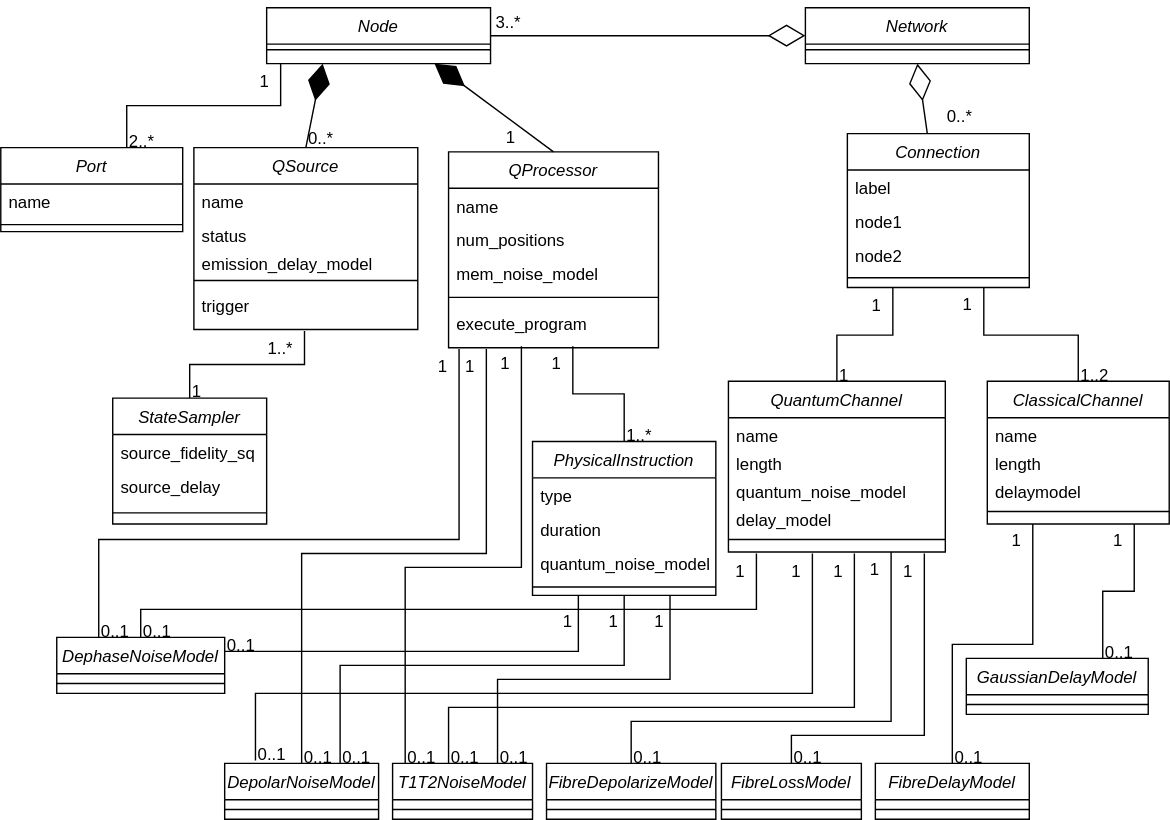
Before: Diagramas/Clase/tec-networkclass.svg, a diagram exported from draw.io (davidpcuvigo/quantumcity). Source tidied: cells renumbered, new cells last; positions are measured from the earlier drawing's top-left corner, leaving out a move shared by most shapes.
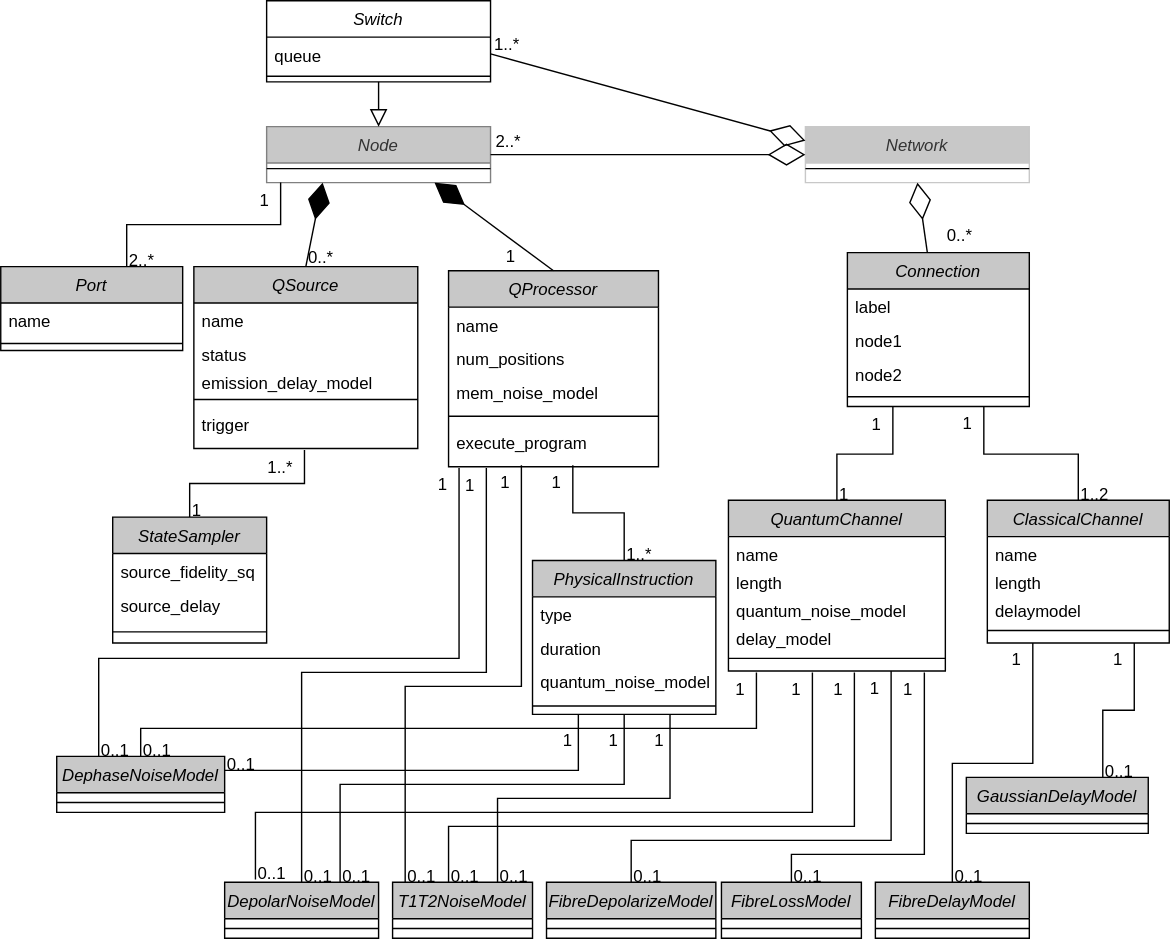
After the commit.

What changed in the source:
```diff
@@ -2,13 +2,13 @@
   <root>
     <mxCell id="0" />
     <mxCell id="1" parent="0" />
-    <mxCell id="2" value="Network" style="swimlane;fontStyle=2;align=center;verticalAlign=top;horizontal=1;startSize=26;rounded=0;shadow=0;strokeWidth=1;" parent="1" vertex="1">
+    <mxCell id="2" value="Network" style="swimlane;fontStyle=2;align=center;verticalAlign=top;horizontal=1;startSize=26;rounded=0;shadow=0;strokeWidth=1;fillColor=#c8c8c8;fontColor=#333333;strokeColor=#c8c8c8;" parent="1" vertex="1">
       <mxGeometry x="575" width="160" height="40" as="geometry" />
     </mxCell>
     <mxCell id="3" style="line;html=1;strokeWidth=1;align=left;verticalAlign=middle;spacingTop=-1;spacingLeft=3;spacingRight=3;labelPosition=right;" parent="2" vertex="1">
       <mxGeometry y="26" width="160" height="8" as="geometry" />
     </mxCell>
-    <mxCell id="4" value="Node" style="swimlane;fontStyle=2;align=center;verticalAlign=top;horizontal=1;startSize=26;rounded=0;shadow=0;strokeWidth=1;" parent="1" vertex="1">
+    <mxCell id="4" value="Node" style="swimlane;fontStyle=2;align=center;verticalAlign=top;horizontal=1;startSize=26;rounded=0;shadow=0;strokeWidth=1;fillColor=#c8c8c8;fontColor=#333333;strokeColor=#808080;" parent="1" vertex="1">
       <mxGeometry x="190" width="160" height="40" as="geometry" />
     </mxCell>
     <mxCell id="5" style="line;html=1;strokeWidth=1;align=left;verticalAlign=middle;spacingTop=-1;spacingLeft=3;spacingRight=3;labelPosition=right;" parent="4" vertex="1">
@@ -17,7 +17,7 @@
     <mxCell id="6" style="endArrow=diamondThin;endFill=0;endSize=24;html=1;rounded=0;entryX=0;entryY=0.5;entryDx=0;entryDy=0;exitX=1;exitY=0.5;exitDx=0;exitDy=0;" parent="1" edge="1" source="4" target="2">
       <mxGeometry relative="1" as="geometry" />
     </mxCell>
-    <mxCell id="7" value="QSource" style="swimlane;fontStyle=2;align=center;verticalAlign=top;horizontal=1;startSize=26;rounded=0;shadow=0;strokeWidth=1;" parent="1" vertex="1">
+    <mxCell id="7" value="QSource" style="swimlane;fontStyle=2;align=center;verticalAlign=top;horizontal=1;startSize=26;rounded=0;shadow=0;strokeWidth=1;fillColor=#c8c8c8;" parent="1" vertex="1">
       <mxGeometry x="138" y="100" width="160" height="130" as="geometry" />
     </mxCell>
     <mxCell id="8" value="name" style="text;align=left;verticalAlign=top;spacingLeft=4;spacingRight=4;overflow=hidden;" parent="7" vertex="1">
@@ -35,7 +35,7 @@
     <mxCell id="12" value="trigger" style="text;align=left;verticalAlign=top;spacingLeft=4;spacingRight=4;overflow=hidden;points=[[0,0.5],[1,0.5]];portConstraint=eastwest;" parent="7" vertex="1">
       <mxGeometry y="100" width="160" height="30" as="geometry" />
     </mxCell>
-    <mxCell id="13" value="QProcessor" style="swimlane;fontStyle=2;align=center;verticalAlign=top;horizontal=1;startSize=26;rounded=0;shadow=0;strokeWidth=1;" parent="1" vertex="1">
+    <mxCell id="13" value="QProcessor" style="swimlane;fontStyle=2;align=center;verticalAlign=top;horizontal=1;startSize=26;rounded=0;shadow=0;strokeWidth=1;fillColor=#c8c8c8;" parent="1" vertex="1">
       <mxGeometry x="320" y="103" width="150" height="140" as="geometry" />
     </mxCell>
     <mxCell id="14" value="name" style="text;align=left;verticalAlign=top;spacingLeft=4;spacingRight=4;overflow=hidden;" parent="13" vertex="1">
@@ -59,7 +59,7 @@
     <mxCell id="20" style="endArrow=diamondThin;endFill=1;endSize=24;html=1;rounded=0;entryX=0.75;entryY=1;entryDx=0;entryDy=0;exitX=0.5;exitY=0;exitDx=0;exitDy=0;" parent="1" edge="1" source="13" target="4">
       <mxGeometry relative="1" as="geometry" />
     </mxCell>
-    <mxCell id="21" value="Connection" style="swimlane;fontStyle=2;align=center;verticalAlign=top;horizontal=1;startSize=26;rounded=0;shadow=0;strokeWidth=1;" parent="1" vertex="1">
+    <mxCell id="21" value="Connection" style="swimlane;fontStyle=2;align=center;verticalAlign=top;horizontal=1;startSize=26;rounded=0;shadow=0;strokeWidth=1;fillColor=#c8c8c8;" parent="1" vertex="1">
       <mxGeometry x="605" y="90" width="130" height="110" as="geometry" />
     </mxCell>
     <mxCell id="22" value="label" style="text;align=left;verticalAlign=top;spacingLeft=4;spacingRight=4;overflow=hidden;" parent="21" vertex="1">
@@ -77,7 +77,7 @@
     <mxCell id="26" style="endArrow=diamondThin;endFill=0;endSize=24;html=1;rounded=0;entryX=0.5;entryY=1;entryDx=0;entryDy=0;" parent="1" edge="1" source="21" target="2">
       <mxGeometry relative="1" as="geometry" />
     </mxCell>
-    <mxCell id="27" value="ClassicalChannel" style="swimlane;fontStyle=2;align=center;verticalAlign=top;horizontal=1;startSize=26;rounded=0;shadow=0;strokeWidth=1;" parent="1" vertex="1">
+    <mxCell id="27" value="ClassicalChannel" style="swimlane;fontStyle=2;align=center;verticalAlign=top;horizontal=1;startSize=26;rounded=0;shadow=0;strokeWidth=1;fillColor=#c8c8c8;" parent="1" vertex="1">
       <mxGeometry x="705" y="267" width="130" height="102" as="geometry" />
     </mxCell>
     <mxCell id="28" value="name" style="text;align=left;verticalAlign=top;spacingLeft=4;spacingRight=4;overflow=hidden;" parent="27" vertex="1">
@@ -92,7 +92,7 @@
     <mxCell id="31" style="line;html=1;strokeWidth=1;align=left;verticalAlign=middle;spacingTop=-1;spacingLeft=3;spacingRight=3;labelPosition=right;" parent="27" vertex="1">
       <mxGeometry y="86" width="130" height="14" as="geometry" />
     </mxCell>
-    <mxCell id="32" value="QuantumChannel" style="swimlane;fontStyle=2;align=center;verticalAlign=top;horizontal=1;startSize=26;rounded=0;shadow=0;strokeWidth=1;" parent="1" vertex="1">
+    <mxCell id="32" value="QuantumChannel" style="swimlane;fontStyle=2;align=center;verticalAlign=top;horizontal=1;startSize=26;rounded=0;shadow=0;strokeWidth=1;fillColor=#c8c8c8;" parent="1" vertex="1">
       <mxGeometry x="520" y="267" width="155" height="122" as="geometry" />
     </mxCell>
     <mxCell id="33" value="name" style="text;align=left;verticalAlign=top;spacingLeft=4;spacingRight=4;overflow=hidden;" parent="32" vertex="1">
@@ -155,7 +155,7 @@
         <mxPoint x="21" y="-2" as="offset" />
       </mxGeometry>
     </mxCell>
-    <mxCell id="47" value="Port" style="swimlane;fontStyle=2;align=center;verticalAlign=top;horizontal=1;startSize=26;rounded=0;shadow=0;strokeWidth=1;" parent="1" vertex="1">
+    <mxCell id="47" value="Port" style="swimlane;fontStyle=2;align=center;verticalAlign=top;horizontal=1;startSize=26;rounded=0;shadow=0;strokeWidth=1;fillColor=#c8c8c8;" parent="1" vertex="1">
       <mxGeometry y="100" width="130" height="60" as="geometry" />
     </mxCell>
     <mxCell id="48" value="name" style="text;align=left;verticalAlign=top;spacingLeft=4;spacingRight=4;overflow=hidden;" parent="47" vertex="1">
@@ -181,7 +181,7 @@
         <mxPoint x="-7" y="21" as="offset" />
       </mxGeometry>
     </mxCell>
-    <mxCell id="53" value="StateSampler" style="swimlane;fontStyle=2;align=center;verticalAlign=top;horizontal=1;startSize=26;rounded=0;shadow=0;strokeWidth=1;" parent="1" vertex="1">
+    <mxCell id="53" value="StateSampler" style="swimlane;fontStyle=2;align=center;verticalAlign=top;horizontal=1;startSize=26;rounded=0;shadow=0;strokeWidth=1;fillColor=#c8c8c8;" parent="1" vertex="1">
       <mxGeometry x="80" y="279" width="110" height="90" as="geometry" />
     </mxCell>
     <mxCell id="54" value="source_fidelity_sq" style="text;align=left;verticalAlign=top;spacingLeft=4;spacingRight=4;overflow=hidden;" parent="53" vertex="1">
@@ -208,7 +208,7 @@
         <mxPoint x="-7" y="21" as="offset" />
       </mxGeometry>
     </mxCell>
-    <mxCell id="60" value="PhysicalInstruction" style="swimlane;fontStyle=2;align=center;verticalAlign=top;horizontal=1;startSize=26;rounded=0;shadow=0;strokeWidth=1;" parent="1" vertex="1">
+    <mxCell id="60" value="PhysicalInstruction" style="swimlane;fontStyle=2;align=center;verticalAlign=top;horizontal=1;startSize=26;rounded=0;shadow=0;strokeWidth=1;fillColor=#c8c8c8;" parent="1" vertex="1">
       <mxGeometry x="380" y="310" width="131" height="110" as="geometry" />
     </mxCell>
     <mxCell id="61" value="type" style="text;align=left;verticalAlign=top;spacingLeft=4;spacingRight=4;overflow=hidden;" parent="60" vertex="1">
@@ -238,13 +238,13 @@
         <mxPoint x="-7" y="21" as="offset" />
       </mxGeometry>
     </mxCell>
-    <mxCell id="68" value="FibreDelayModel" style="swimlane;fontStyle=2;align=center;verticalAlign=top;horizontal=1;startSize=26;rounded=0;shadow=0;strokeWidth=1;" parent="1" vertex="1">
+    <mxCell id="68" value="FibreDelayModel" style="swimlane;fontStyle=2;align=center;verticalAlign=top;horizontal=1;startSize=26;rounded=0;shadow=0;strokeWidth=1;fillColor=#c8c8c8;" parent="1" vertex="1">
       <mxGeometry x="625" y="540" width="110" height="40" as="geometry" />
     </mxCell>
     <mxCell id="69" style="line;html=1;strokeWidth=1;align=left;verticalAlign=middle;spacingTop=-1;spacingLeft=3;spacingRight=3;labelPosition=right;" parent="68" vertex="1">
       <mxGeometry y="26" width="110" height="14" as="geometry" />
     </mxCell>
-    <mxCell id="70" value="GaussianDelayModel" style="swimlane;fontStyle=2;align=center;verticalAlign=top;horizontal=1;startSize=26;rounded=0;shadow=0;strokeWidth=1;" parent="1" vertex="1">
+    <mxCell id="70" value="GaussianDelayModel" style="swimlane;fontStyle=2;align=center;verticalAlign=top;horizontal=1;startSize=26;rounded=0;shadow=0;strokeWidth=1;fillColor=#c8c8c8;" parent="1" vertex="1">
       <mxGeometry x="690" y="465" width="130" height="40" as="geometry" />
     </mxCell>
     <mxCell id="71" style="line;html=1;strokeWidth=1;align=left;verticalAlign=middle;spacingTop=-1;spacingLeft=3;spacingRight=3;labelPosition=right;" parent="70" vertex="1">
@@ -281,31 +281,31 @@
         <mxPoint x="-7" y="21" as="offset" />
       </mxGeometry>
     </mxCell>
-    <mxCell id="78" value="DepolarNoiseModel" style="swimlane;fontStyle=2;align=center;verticalAlign=top;horizontal=1;startSize=26;rounded=0;shadow=0;strokeWidth=1;" parent="1" vertex="1">
+    <mxCell id="78" value="DepolarNoiseModel" style="swimlane;fontStyle=2;align=center;verticalAlign=top;horizontal=1;startSize=26;rounded=0;shadow=0;strokeWidth=1;fillColor=#c8c8c8;" parent="1" vertex="1">
       <mxGeometry x="160" y="540" width="110" height="40" as="geometry" />
     </mxCell>
     <mxCell id="79" style="line;html=1;strokeWidth=1;align=left;verticalAlign=middle;spacingTop=-1;spacingLeft=3;spacingRight=3;labelPosition=right;" parent="78" vertex="1">
       <mxGeometry y="26" width="110" height="14" as="geometry" />
     </mxCell>
-    <mxCell id="80" value="FibreDepolarizeModel" style="swimlane;fontStyle=2;align=center;verticalAlign=top;horizontal=1;startSize=26;rounded=0;shadow=0;strokeWidth=1;" parent="1" vertex="1">
+    <mxCell id="80" value="FibreDepolarizeModel" style="swimlane;fontStyle=2;align=center;verticalAlign=top;horizontal=1;startSize=26;rounded=0;shadow=0;strokeWidth=1;fillColor=#c8c8c8;" parent="1" vertex="1">
       <mxGeometry x="390" y="540" width="121" height="40" as="geometry" />
     </mxCell>
     <mxCell id="81" style="line;html=1;strokeWidth=1;align=left;verticalAlign=middle;spacingTop=-1;spacingLeft=3;spacingRight=3;labelPosition=right;" parent="80" vertex="1">
       <mxGeometry y="26" width="121" height="14" as="geometry" />
     </mxCell>
-    <mxCell id="82" value="DephaseNoiseModel" style="swimlane;fontStyle=2;align=center;verticalAlign=top;horizontal=1;startSize=26;rounded=0;shadow=0;strokeWidth=1;" parent="1" vertex="1">
+    <mxCell id="82" value="DephaseNoiseModel" style="swimlane;fontStyle=2;align=center;verticalAlign=top;horizontal=1;startSize=26;rounded=0;shadow=0;strokeWidth=1;fillColor=#c8c8c8;" parent="1" vertex="1">
       <mxGeometry x="40" y="450" width="120" height="40" as="geometry" />
     </mxCell>
     <mxCell id="83" style="line;html=1;strokeWidth=1;align=left;verticalAlign=middle;spacingTop=-1;spacingLeft=3;spacingRight=3;labelPosition=right;" parent="82" vertex="1">
       <mxGeometry y="26" width="120" height="14" as="geometry" />
     </mxCell>
-    <mxCell id="84" value="FibreLossModel" style="swimlane;fontStyle=2;align=center;verticalAlign=top;horizontal=1;startSize=26;rounded=0;shadow=0;strokeWidth=1;" parent="1" vertex="1">
+    <mxCell id="84" value="FibreLossModel" style="swimlane;fontStyle=2;align=center;verticalAlign=top;horizontal=1;startSize=26;rounded=0;shadow=0;strokeWidth=1;fillColor=#c8c8c8;" parent="1" vertex="1">
       <mxGeometry x="515" y="540" width="100" height="40" as="geometry" />
     </mxCell>
     <mxCell id="85" style="line;html=1;strokeWidth=1;align=left;verticalAlign=middle;spacingTop=-1;spacingLeft=3;spacingRight=3;labelPosition=right;" parent="84" vertex="1">
       <mxGeometry y="26" width="100" height="14" as="geometry" />
     </mxCell>
-    <mxCell id="86" value="T1T2NoiseModel" style="swimlane;fontStyle=2;align=center;verticalAlign=top;horizontal=1;startSize=26;rounded=0;shadow=0;strokeWidth=1;" parent="1" vertex="1">
+    <mxCell id="86" value="T1T2NoiseModel" style="swimlane;fontStyle=2;align=center;verticalAlign=top;horizontal=1;startSize=26;rounded=0;shadow=0;strokeWidth=1;fillColor=#c8c8c8;" parent="1" vertex="1">
       <mxGeometry x="280" y="540" width="100" height="40" as="geometry" />
     </mxCell>
     <mxCell id="87" style="line;html=1;strokeWidth=1;align=left;verticalAlign=middle;spacingTop=-1;spacingLeft=3;spacingRight=3;labelPosition=right;" parent="86" vertex="1">
@@ -442,7 +442,7 @@
         <mxPoint x="-7" y="21" as="offset" />
       </mxGeometry>
     </mxCell>
-    <mxCell id="109" value="3..*" style="align=left;verticalAlign=bottom;labelBackgroundColor=none;fontSize=12;" parent="1" vertex="1">
+    <mxCell id="109" value="2..*" style="align=left;verticalAlign=bottom;labelBackgroundColor=none;fontSize=12;" parent="1" vertex="1">
       <mxGeometry x="352" y="13" as="geometry">
         <mxPoint y="6" as="offset" />
       </mxGeometry>
@@ -519,5 +519,25 @@
         <mxPoint x="-3" y="27" as="offset" />
       </mxGeometry>
     </mxCell>
+    <mxCell id="122" value="Switch" style="swimlane;fontStyle=2;align=center;verticalAlign=top;horizontal=1;startSize=26;rounded=0;shadow=0;strokeWidth=1;" parent="1" vertex="1">
+      <mxGeometry x="190" y="-90" width="160" height="58" as="geometry" />
+    </mxCell>
+    <mxCell id="123" value="queue" style="text;align=left;verticalAlign=top;spacingLeft=4;spacingRight=4;overflow=hidden;points=[[0,0.5],[1,0.5]];portConstraint=eastwest;" parent="122" vertex="1">
+      <mxGeometry y="26" width="160" height="24" as="geometry" />
+    </mxCell>
+    <mxCell id="124" style="line;html=1;strokeWidth=1;align=left;verticalAlign=middle;spacingTop=-1;spacingLeft=3;spacingRight=3;labelPosition=right;" parent="122" vertex="1">
+      <mxGeometry y="50" width="160" height="8" as="geometry" />
+    </mxCell>
+    <mxCell id="125" style="endArrow=diamondThin;endFill=0;endSize=24;html=1;rounded=0;entryX=0;entryY=0.25;entryDx=0;entryDy=0;exitX=1;exitY=0.5;exitDx=0;exitDy=0;" parent="1" edge="1" source="123" target="2">
+      <mxGeometry relative="1" as="geometry" />
+    </mxCell>
+    <mxCell id="126" value="1..*" style="align=left;verticalAlign=bottom;labelBackgroundColor=none;fontSize=12;" parent="1" vertex="1">
+      <mxGeometry x="351" y="-56" as="geometry">
+        <mxPoint y="6" as="offset" />
+      </mxGeometry>
+    </mxCell>
+    <mxCell id="127" style="endArrow=block;endSize=10;endFill=0;shadow=0;strokeWidth=1;rounded=0;curved=0;edgeStyle=elbowEdgeStyle;elbow=vertical;exitX=0.5;exitY=1;exitDx=0;exitDy=0;entryX=0.5;entryY=0;entryDx=0;entryDy=0;" parent="1" edge="1" source="122" target="4">
+      <mxGeometry relative="1" as="geometry" />
+    </mxCell>
   </root>
 </mxGraphModel>
```
